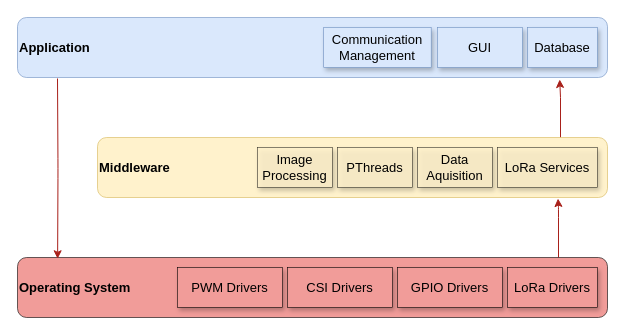
Earlier version of the draw.io diagram page "local_sw_arch" (6 of 7) of project/report/flowcharts/system_overview.drawio (ESRGgroup9/slipad). Source tidied: cells renumbered, new cells numbered last; positions are measured from the earlier drawing's top-left corner, leaving out a move shared by most shapes. Both pictures are drawn from the tidied source at 100%, with x=0, y=0 at pixel (17, 17).
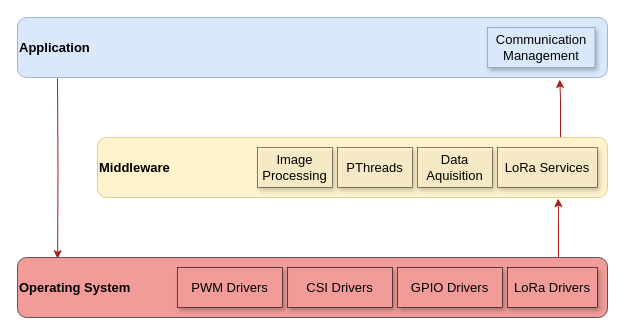
The same diagram, later.

What changed in the source:
```diff
@@
-    <mxCell id="8" value="Database" style="rounded=0;whiteSpace=wrap;html=1;labelBackgroundColor=none;labelBorderColor=none;fontSize=13;strokeColor=#6c8ebf;strokeWidth=0.6;fillColor=#dae8fc;align=center;verticalAlign=middle;shadow=1;fontColor=default;glass=0;sketch=0;" parent="1" vertex="1">
-      <mxGeometry x="510" y="10" width="70" height="40" as="geometry" />
-    </mxCell>
-    <mxCell id="9" value="GUI" style="rounded=0;whiteSpace=wrap;html=1;labelBackgroundColor=none;labelBorderColor=none;fontSize=13;strokeColor=#6c8ebf;strokeWidth=0.6;fillColor=#dae8fc;align=center;verticalAlign=middle;shadow=1;fontColor=default;glass=0;sketch=0;" parent="1" vertex="1">
-      <mxGeometry x="420" y="10" width="85" height="40" as="geometry" />
-    </mxCell>
     <mxCell id="10" value="Communication Management" style="rounded=0;whiteSpace=wrap;html=1;labelBackgroundColor=none;labelBorderColor=none;fontSize=13;strokeColor=#6c8ebf;strokeWidth=0.6;fillColor=#dae8fc;align=center;verticalAlign=middle;shadow=1;fontColor=default;glass=0;sketch=0;" parent="1" vertex="1">
-      <mxGeometry x="306.2" y="10" width="107.5" height="40" as="geometry" />
+      <mxGeometry x="470" y="10" width="107.5" height="40" as="geometry" />
     </mxCell>
```
